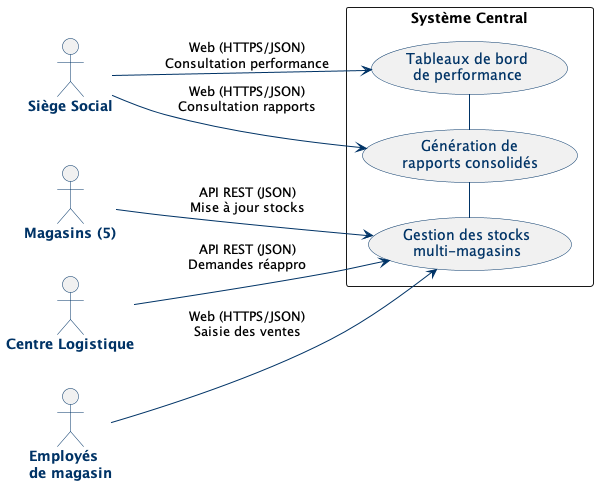
Earlier version of the PlantUML export out/docs_lab2/UML/ContexteMétier/ContexteMétier.png (ErwanDerrien/GestionnaireMagasin). Source of this version:
```plantuml
@startuml ContexteMétier

left to right direction

skinparam {
  BackgroundColor #FFFFFF
  ArrowColor #003366
  ActorBorderColor #003366
  ActorFontStyle bold
  ActorFontColor #003366
  UsecaseBorderColor #003366
  UsecaseFontColor #003366
}

actor "Siège Social" as siege
actor "Magasins (5)" as magasins
actor "Centre Logistique" as logistique
actor "Employés\nde magasin" as employes

rectangle "Système Central" as system {
  usecase "Gestion des stocks\nmulti-magasins" as stocks
  usecase "Génération de\nrapports consolidés" as rapports
  usecase "Tableaux de bord\nde performance" as dashboard

  stocks - rapports
  rapports - dashboard
}

magasins --> stocks : "API REST (JSON)\nMise à jour stocks"
logistique --> stocks : "API REST (JSON)\nDemandes réappro"
siege --> dashboard : "Web (HTTPS/JSON)\nConsultation performance"
siege --> rapports : "Web (HTTPS/JSON)\nConsultation rapports"
employes --> stocks : "Web (HTTPS/JSON)\nSaisie des ventes"

@enduml
```
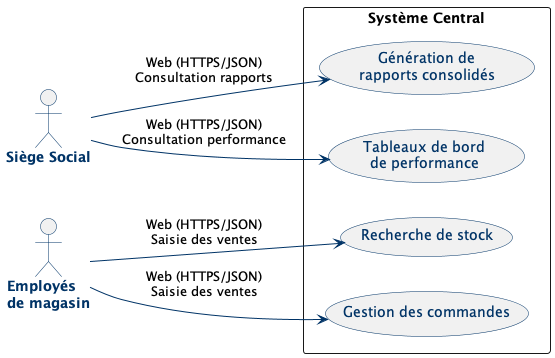
The same diagram one commit later.

What changed in the source:
```diff
@@ -13,23 +13,19 @@
 }
 
 actor "Siège Social" as siege
-actor "Magasins (5)" as magasins
-actor "Centre Logistique" as logistique
 actor "Employés\nde magasin" as employes
 
 rectangle "Système Central" as system {
-  usecase "Gestion des stocks\nmulti-magasins" as stocks
+  usecase "Recherche de stock" as products
+  usecase "Gestion des commandes" as orders
   usecase "Génération de\nrapports consolidés" as rapports
   usecase "Tableaux de bord\nde performance" as dashboard
 
-  stocks - rapports
-  rapports - dashboard
 }
 
-magasins --> stocks : "API REST (JSON)\nMise à jour stocks"
-logistique --> stocks : "API REST (JSON)\nDemandes réappro"
 siege --> dashboard : "Web (HTTPS/JSON)\nConsultation performance"
 siege --> rapports : "Web (HTTPS/JSON)\nConsultation rapports"
-employes --> stocks : "Web (HTTPS/JSON)\nSaisie des ventes"
+employes --> products : "Web (HTTPS/JSON)\nSaisie des ventes"
+employes --> orders : "Web (HTTPS/JSON)\nSaisie des ventes"
 
 @enduml
```
